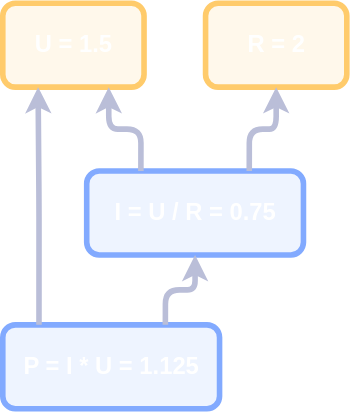
Earlier version of the draw.io export drawio/urip_5.drawio.svg (alfertev2014/holyjs-2026-autumn). Source tidied: cells renumbered, new cells last; positions are measured from the earlier drawing's top-left corner, leaving out a move shared by most shapes. The source it was exported from:
```xml
<mxGraphModel>
  <root>
    <mxCell id="0" />
    <mxCell id="1" parent="0" />
    <mxCell id="2" value="&lt;span style=&quot;color: light-dark(rgb(255, 255, 255), rgb(255, 255, 255));&quot;&gt;U = 1.5&lt;/span&gt;" style="rounded=1;whiteSpace=wrap;html=1;roundedPerimeter=1;strokeWidth=4;strokeColor=light-dark(#FFCB6B,#FFCB6B);fillColor=light-dark(#FFCB6B22,#FFCB6B22);fontSize=17;fontStyle=1;" parent="1" vertex="1">
      <mxGeometry width="101" height="60" as="geometry" />
    </mxCell>
    <mxCell id="3" value="&lt;span style=&quot;color: light-dark(rgb(255, 255, 255), rgb(255, 255, 255));&quot;&gt;R = 2&lt;/span&gt;" style="rounded=1;whiteSpace=wrap;html=1;roundedPerimeter=1;strokeWidth=4;strokeColor=light-dark(#FFCB6B,#FFCB6B);fillColor=light-dark(#FFCB6B22,#FFCB6B22);fontSize=17;fontStyle=1;" parent="1" vertex="1">
      <mxGeometry x="145" width="101" height="60" as="geometry" />
    </mxCell>
    <mxCell id="4" value="&lt;span style=&quot;color: light-dark(rgb(255, 255, 255), rgb(255, 255, 255));&quot;&gt;I = U / R = 0.75&lt;/span&gt;" style="rounded=1;whiteSpace=wrap;html=1;roundedPerimeter=1;strokeWidth=4;strokeColor=light-dark(#82AAFF,#82AAFF);fillColor=light-dark(#82AAFF22,#82AAFF22);fontSize=17;fontStyle=1;" parent="1" vertex="1">
      <mxGeometry x="60" y="120" width="155" height="60" as="geometry" />
    </mxCell>
    <mxCell id="5" value="&lt;span style=&quot;color: light-dark(rgb(255, 255, 255), rgb(255, 255, 255));&quot;&gt;P = I * U = 1.125&lt;/span&gt;" style="rounded=1;whiteSpace=wrap;html=1;roundedPerimeter=1;strokeWidth=4;strokeColor=light-dark(#82AAFF,#82AAFF);fillColor=light-dark(#82AAFF22,#82AAFF22);fontSize=17;fontStyle=1;" parent="1" vertex="1">
      <mxGeometry y="230" width="155" height="60" as="geometry" />
    </mxCell>
    <mxCell id="6" style="endArrow=classic;html=1;strokeWidth=4;strokeColor=light-dark(#BABED8,#BABED8);edgeStyle=orthogonalEdgeStyle;exitX=0.25;exitY=0;exitDx=0;exitDy=0;entryX=0.75;entryY=1;entryDx=0;entryDy=0;" parent="1" edge="1" source="4" target="2">
      <mxGeometry relative="1" as="geometry" />
    </mxCell>
    <mxCell id="7" style="endArrow=classic;html=1;strokeWidth=4;strokeColor=light-dark(#BABED8,#BABED8);edgeStyle=orthogonalEdgeStyle;exitX=0.75;exitY=0;exitDx=0;exitDy=0;entryX=0.5;entryY=1;entryDx=0;entryDy=0;" parent="1" edge="1" source="4" target="3">
      <mxGeometry relative="1" as="geometry" />
    </mxCell>
    <mxCell id="8" style="endArrow=classic;html=1;strokeWidth=4;strokeColor=light-dark(#BABED8,#BABED8);edgeStyle=orthogonalEdgeStyle;exitX=0.75;exitY=0;exitDx=0;exitDy=0;entryX=0.5;entryY=1;entryDx=0;entryDy=0;" parent="1" edge="1" source="5" target="4">
      <mxGeometry relative="1" as="geometry" />
    </mxCell>
    <mxCell id="9" style="endArrow=classic;html=1;strokeWidth=4;strokeColor=light-dark(#BABED8,#BABED8);edgeStyle=orthogonalEdgeStyle;entryX=0.25;entryY=1;entryDx=0;entryDy=0;exitX=0.165;exitY=-0.003;exitDx=0;exitDy=0;" parent="1" edge="1" source="5" target="2">
      <mxGeometry relative="1" as="geometry" />
    </mxCell>
  </root>
</mxGraphModel>
```
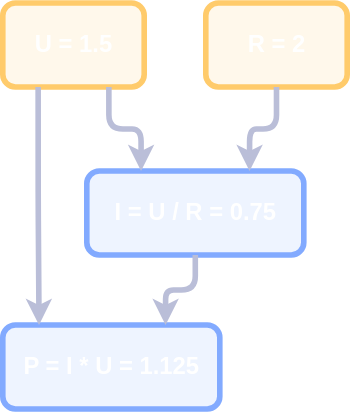
The same file after the commit.

Diff of the diagram source:
```diff
@@ -14,16 +14,16 @@
     <mxCell id="5" value="&lt;span style=&quot;color: light-dark(rgb(255, 255, 255), rgb(255, 255, 255));&quot;&gt;P = I * U = 1.125&lt;/span&gt;" style="rounded=1;whiteSpace=wrap;html=1;roundedPerimeter=1;strokeWidth=4;strokeColor=light-dark(#82AAFF,#82AAFF);fillColor=light-dark(#82AAFF22,#82AAFF22);fontSize=17;fontStyle=1;" parent="1" vertex="1">
       <mxGeometry y="230" width="155" height="60" as="geometry" />
     </mxCell>
-    <mxCell id="6" style="endArrow=classic;html=1;strokeWidth=4;strokeColor=light-dark(#BABED8,#BABED8);edgeStyle=orthogonalEdgeStyle;exitX=0.25;exitY=0;exitDx=0;exitDy=0;entryX=0.75;entryY=1;entryDx=0;entryDy=0;" parent="1" edge="1" source="4" target="2">
+    <mxCell id="6" style="endArrow=classic;html=1;strokeWidth=4;strokeColor=light-dark(#BABED8,#BABED8);edgeStyle=orthogonalEdgeStyle;exitX=0.75;exitY=1;exitDx=0;exitDy=0;entryX=0.25;entryY=0;entryDx=0;entryDy=0;" parent="1" edge="1" source="2" target="4">
       <mxGeometry relative="1" as="geometry" />
     </mxCell>
-    <mxCell id="7" style="endArrow=classic;html=1;strokeWidth=4;strokeColor=light-dark(#BABED8,#BABED8);edgeStyle=orthogonalEdgeStyle;exitX=0.75;exitY=0;exitDx=0;exitDy=0;entryX=0.5;entryY=1;entryDx=0;entryDy=0;" parent="1" edge="1" source="4" target="3">
+    <mxCell id="7" style="endArrow=classic;html=1;strokeWidth=4;strokeColor=light-dark(#BABED8,#BABED8);edgeStyle=orthogonalEdgeStyle;exitX=0.5;exitY=1;exitDx=0;exitDy=0;entryX=0.75;entryY=0;entryDx=0;entryDy=0;" parent="1" edge="1" source="3" target="4">
       <mxGeometry relative="1" as="geometry" />
     </mxCell>
-    <mxCell id="8" style="endArrow=classic;html=1;strokeWidth=4;strokeColor=light-dark(#BABED8,#BABED8);edgeStyle=orthogonalEdgeStyle;exitX=0.75;exitY=0;exitDx=0;exitDy=0;entryX=0.5;entryY=1;entryDx=0;entryDy=0;" parent="1" edge="1" source="5" target="4">
+    <mxCell id="8" style="endArrow=classic;html=1;strokeWidth=4;strokeColor=light-dark(#BABED8,#BABED8);edgeStyle=orthogonalEdgeStyle;exitX=0.5;exitY=1;exitDx=0;exitDy=0;entryX=0.75;entryY=0;entryDx=0;entryDy=0;" parent="1" edge="1" source="4" target="5">
       <mxGeometry relative="1" as="geometry" />
     </mxCell>
-    <mxCell id="9" style="endArrow=classic;html=1;strokeWidth=4;strokeColor=light-dark(#BABED8,#BABED8);edgeStyle=orthogonalEdgeStyle;entryX=0.25;entryY=1;entryDx=0;entryDy=0;exitX=0.165;exitY=-0.003;exitDx=0;exitDy=0;" parent="1" edge="1" source="5" target="2">
+    <mxCell id="9" style="endArrow=classic;html=1;strokeWidth=4;strokeColor=light-dark(#BABED8,#BABED8);edgeStyle=orthogonalEdgeStyle;entryX=0.165;entryY=-0.003;entryDx=0;entryDy=0;exitX=0.25;exitY=1;exitDx=0;exitDy=0;" parent="1" edge="1" source="2" target="5">
       <mxGeometry relative="1" as="geometry" />
     </mxCell>
   </root>
```
